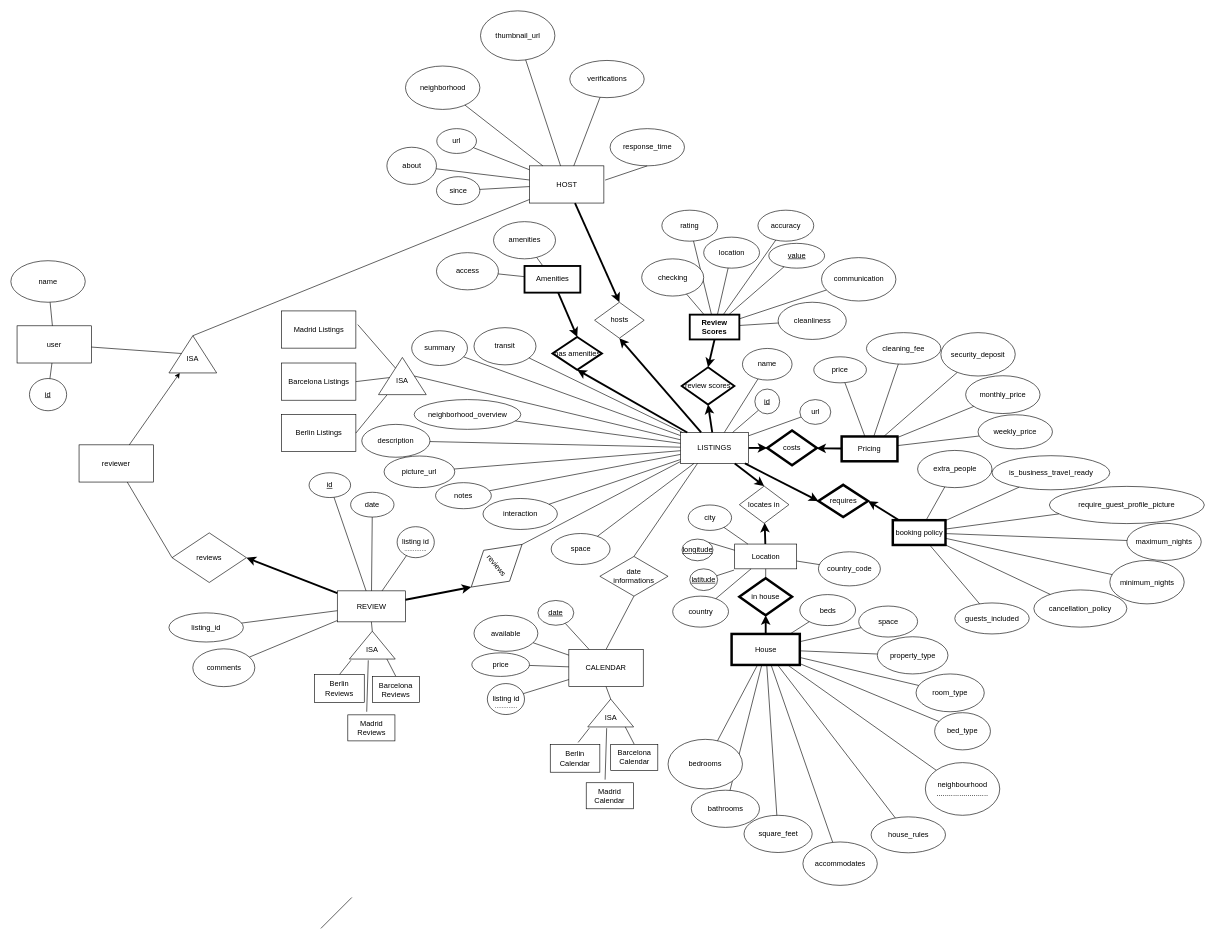
Before: dbDiagram.drawio in Valentyna-Pavliv/database, a draw.io diagram. Source tidied: cells renumbered, new cells numbered last; positions are measured from the earlier drawing's top-left corner, leaving out a move shared by most shapes. Both pictures are drawn from the tidied source at 62%, with x=0, y=0 at pixel (11, 11).
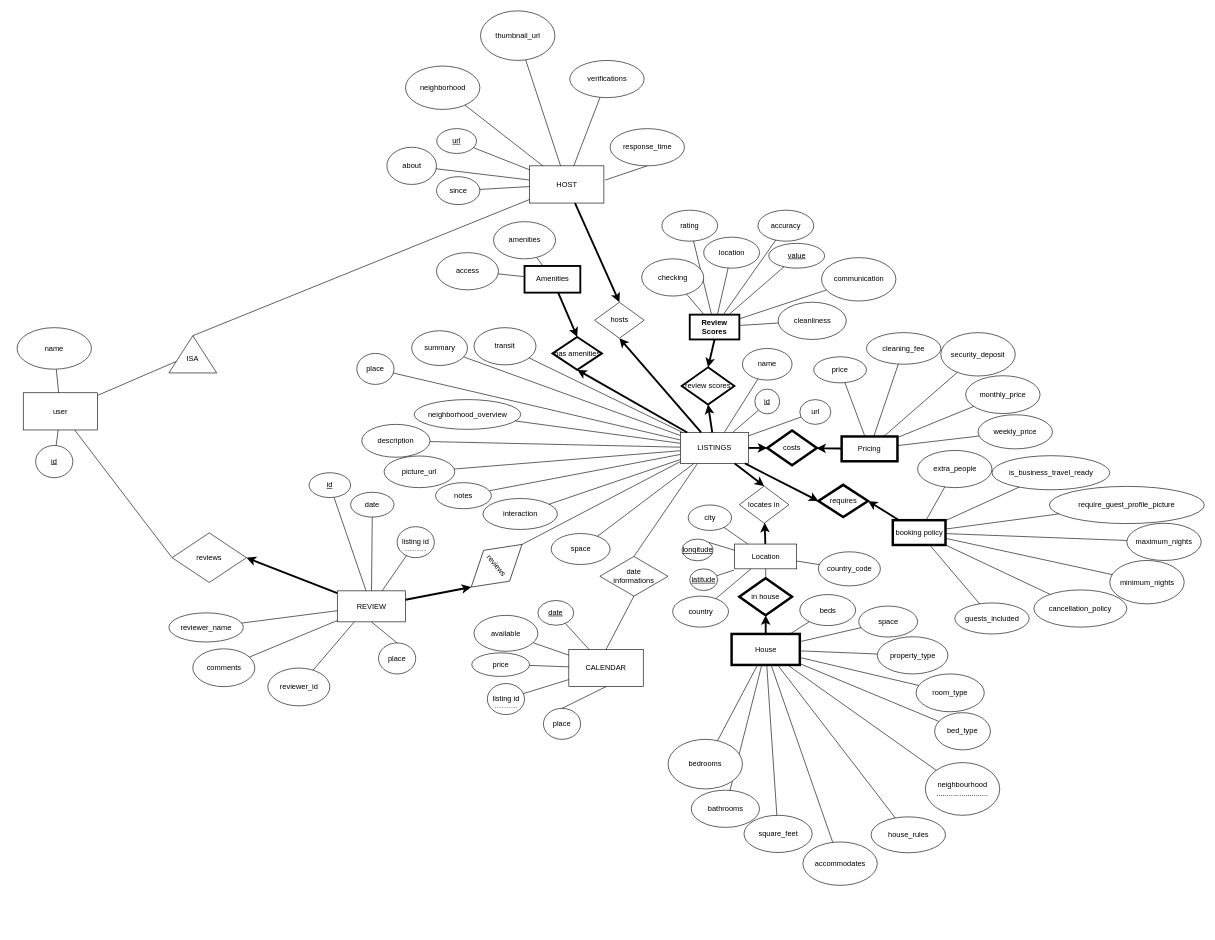
After the change.

The change refers to these unchanged cells:
```xml
<mxCell id="2" value="&lt;div&gt;LISTINGS&lt;/div&gt;" style="rounded=0;whiteSpace=wrap;html=1;" parent="1" vertex="1">
  <mxGeometry x="1080" y="680" width="110" height="50" as="geometry" />
</mxCell>
<mxCell id="32" value="REVIEW" style="rounded=0;whiteSpace=wrap;html=1;" parent="1" vertex="1">
  <mxGeometry x="526.5" y="935.5" width="110" height="50" as="geometry" />
</mxCell>
<mxCell id="47" value="CALENDAR" style="rounded=0;whiteSpace=wrap;html=1;strokeWidth=1;" parent="1" vertex="1">
  <mxGeometry x="900" y="1030" width="120" height="60" as="geometry" />
</mxCell>
<mxCell id="192" value="&lt;div&gt;&lt;br&gt;&lt;/div&gt;&lt;div&gt;ISA&lt;/div&gt;" style="triangle;whiteSpace=wrap;html=1;direction=north;" parent="1" vertex="1">
  <mxGeometry x="255" y="524" width="77" height="60" as="geometry" />
</mxCell>
<mxCell id="201" value="reviews" style="rhombus;whiteSpace=wrap;html=1;strokeWidth=1;" parent="1" vertex="1">
  <mxGeometry x="260" y="842" width="120" height="80" as="geometry" />
</mxCell>
```

The edit, as a diff of the source:
```diff
@@
-    <mxCell id="23" value="Berlin Listings" style="rounded=0;whiteSpace=wrap;html=1;" parent="1" vertex="1">
-      <mxGeometry x="436.5" y="651" width="120" height="60" as="geometry" />
-    </mxCell>
-    <mxCell id="24" value="&lt;div&gt;Barcelona Listings&lt;/div&gt;" style="rounded=0;whiteSpace=wrap;html=1;" parent="1" vertex="1">
-      <mxGeometry x="436.5" y="568" width="120" height="60" as="geometry" />
-    </mxCell>
-    <mxCell id="25" value="&lt;div&gt;Madrid Listings&lt;/div&gt;" style="rounded=0;whiteSpace=wrap;html=1;" parent="1" vertex="1">
-      <mxGeometry x="436.5" y="484" width="120" height="60" as="geometry" />
-    </mxCell>
-    <mxCell id="26" style="endArrow=none;html=1;exitX=1;exitY=0.5;exitDx=0;exitDy=0;" parent="1" edge="1" source="23" target="27">
-      <mxGeometry relative="1" as="geometry" />
-    </mxCell>
-    <mxCell id="27" value="&lt;div&gt;&lt;br&gt;&lt;/div&gt;&lt;div&gt;ISA&lt;/div&gt;" style="triangle;whiteSpace=wrap;html=1;direction=north;" parent="1" vertex="1">
-      <mxGeometry x="593" y="559" width="77" height="60" as="geometry" />
-    </mxCell>
-    <mxCell id="28" style="endArrow=none;html=1;entryX=1;entryY=0.5;entryDx=0;entryDy=0;" parent="1" edge="1" source="27" target="24">
-      <mxGeometry relative="1" as="geometry" />
-    </mxCell>
-    <mxCell id="29" style="endArrow=none;html=1;entryX=1.025;entryY=0.367;entryDx=0;entryDy=0;entryPerimeter=0;" parent="1" edge="1" source="27" target="25">
-      <mxGeometry relative="1" as="geometry" />
-    </mxCell>
-    <mxCell id="30" style="endArrow=none;html=1;exitX=0.5;exitY=1;exitDx=0;exitDy=0;" parent="1" edge="1" source="27" target="2">
+    <mxCell id="30" style="endArrow=none;html=1;" parent="1" edge="1" source="207" target="2">
       <mxGeometry relative="1" as="geometry" />
     </mxCell>
@@
-    <mxCell id="36" value="&lt;div&gt;&lt;br&gt;&lt;/div&gt;&lt;div&gt;ISA&lt;/div&gt;" style="triangle;whiteSpace=wrap;html=1;direction=north;" parent="1" vertex="1">
-      <mxGeometry x="546" y="1000.5" width="74" height="45" as="geometry" />
-    </mxCell>
-    <mxCell id="37" style="endArrow=none;html=1;strokeWidth=1;jumpSize=1;exitX=1;exitY=0.5;exitDx=0;exitDy=0;entryX=0.5;entryY=1;entryDx=0;entryDy=0;" parent="1" edge="1" source="36" target="32">
+    <mxCell id="37" style="endArrow=none;html=1;strokeWidth=1;jumpSize=1;exitX=0.5;exitY=1;exitDx=0;exitDy=0;entryX=0.5;entryY=1;entryDx=0;entryDy=0;" parent="1" edge="1" source="206" target="32">
       <mxGeometry relative="1" as="geometry" />
     </mxCell>
-    <mxCell id="38" style="endArrow=none;html=1;strokeWidth=1;entryX=-0.044;entryY=0.034;entryDx=0;entryDy=0;entryPerimeter=0;exitX=0.5;exitY=0;exitDx=0;exitDy=0;" parent="1" edge="1" source="40" target="36">
-      <mxGeometry relative="1" as="geometry" />
-    </mxCell>
-    <mxCell id="39" style="endArrow=none;html=1;strokeWidth=1;entryX=-0.044;entryY=0.034;entryDx=0;entryDy=0;entryPerimeter=0;exitX=0.5;exitY=0;exitDx=0;exitDy=0;" parent="1" edge="1" source="41">
-      <mxGeometry relative="1" as="geometry">
-        <mxPoint x="606.5" y="1045.5" as="targetPoint" />
-      </mxGeometry>
-    </mxCell>
-    <mxCell id="40" value="&lt;div&gt;Berlin&lt;/div&gt;&lt;div&gt;Reviews&lt;br&gt;&lt;/div&gt;" style="rounded=0;whiteSpace=wrap;html=1;" parent="1" vertex="1">
-      <mxGeometry x="490" y="1070.5" width="80" height="45" as="geometry" />
-    </mxCell>
-    <mxCell id="41" value="&lt;div&gt;Barcelona&lt;/div&gt;&lt;div&gt;Reviews&lt;br&gt;&lt;/div&gt;" style="rounded=0;whiteSpace=wrap;html=1;" parent="1" vertex="1">
-      <mxGeometry x="583" y="1073.5" width="76" height="42" as="geometry" />
-    </mxCell>
-    <mxCell id="42" value="&lt;div&gt;Madrid &lt;br&gt;&lt;/div&gt;&lt;div&gt;Reviews&lt;br&gt;&lt;/div&gt;" style="rounded=0;whiteSpace=wrap;html=1;" parent="1" vertex="1">
-      <mxGeometry x="543.5" y="1135.5" width="76" height="42" as="geometry" />
-    </mxCell>
-    <mxCell id="43" style="endArrow=none;html=1;strokeWidth=1;entryX=-0.044;entryY=0.412;entryDx=0;entryDy=0;entryPerimeter=0;exitX=0.401;exitY=-0.119;exitDx=0;exitDy=0;exitPerimeter=0;" parent="1" edge="1" source="42" target="36">
-      <mxGeometry relative="1" as="geometry" />
-    </mxCell>
@@
-    <mxCell id="52" value="&lt;div&gt;&lt;br&gt;&lt;/div&gt;&lt;div&gt;ISA&lt;/div&gt;" style="triangle;whiteSpace=wrap;html=1;direction=north;" parent="1" vertex="1">
-      <mxGeometry x="930.5" y="1110" width="74" height="45" as="geometry" />
-    </mxCell>
-    <mxCell id="53" style="endArrow=none;html=1;strokeWidth=1;entryX=-0.044;entryY=0.034;entryDx=0;entryDy=0;entryPerimeter=0;exitX=0.5;exitY=0;exitDx=0;exitDy=0;" parent="1" edge="1" target="52">
-      <mxGeometry relative="1" as="geometry">
-        <mxPoint x="915" y="1180" as="sourcePoint" />
-      </mxGeometry>
-    </mxCell>
-    <mxCell id="54" style="endArrow=none;html=1;strokeWidth=1;entryX=-0.044;entryY=0.034;entryDx=0;entryDy=0;entryPerimeter=0;exitX=0.5;exitY=0;exitDx=0;exitDy=0;" parent="1" edge="1" source="55">
-      <mxGeometry relative="1" as="geometry">
-        <mxPoint x="991" y="1155" as="targetPoint" />
-      </mxGeometry>
-    </mxCell>
-    <mxCell id="55" value="&lt;div&gt;Barcelona&lt;/div&gt;&lt;div&gt;Calendar&lt;/div&gt;" style="rounded=0;whiteSpace=wrap;html=1;" parent="1" vertex="1">
-      <mxGeometry x="967.5" y="1183" width="76" height="42" as="geometry" />
-    </mxCell>
-    <mxCell id="56" value="&lt;div&gt;Madrid &lt;br&gt;&lt;/div&gt;&lt;div&gt;Calendar&lt;/div&gt;" style="rounded=0;whiteSpace=wrap;html=1;" parent="1" vertex="1">
-      <mxGeometry x="928" y="1245" width="76" height="42" as="geometry" />
-    </mxCell>
-    <mxCell id="57" style="endArrow=none;html=1;strokeWidth=1;entryX=-0.044;entryY=0.412;entryDx=0;entryDy=0;entryPerimeter=0;exitX=0.401;exitY=-0.119;exitDx=0;exitDy=0;exitPerimeter=0;" parent="1" edge="1" source="56" target="52">
-      <mxGeometry relative="1" as="geometry" />
-    </mxCell>
-    <mxCell id="58" style="endArrow=none;html=1;strokeWidth=1;entryX=0.5;entryY=1;entryDx=0;entryDy=0;exitX=1;exitY=0.5;exitDx=0;exitDy=0;" parent="1" edge="1" source="52" target="47">
+    <mxCell id="58" style="endArrow=none;html=1;strokeWidth=1;entryX=0.5;entryY=1;entryDx=0;entryDy=0;exitX=0.5;exitY=1;exitDx=0;exitDy=0;" parent="1" edge="1" source="205" target="47">
       <mxGeometry relative="1" as="geometry" />
     </mxCell>
-    <mxCell id="59" value="&lt;div&gt;Berlin&lt;/div&gt;&lt;div&gt;Calendar&lt;br&gt;&lt;/div&gt;" style="rounded=0;whiteSpace=wrap;html=1;" parent="1" vertex="1">
-      <mxGeometry x="870" y="1183" width="80" height="45" as="geometry" />
-    </mxCell>
@@
-    <mxCell id="131" value="listing_id" style="ellipse;whiteSpace=wrap;html=1;strokeWidth=1;" parent="1" vertex="1">
+    <mxCell id="131" value="reviewer_name" style="ellipse;whiteSpace=wrap;html=1;strokeWidth=1;" parent="1" vertex="1">
       <mxGeometry x="255" y="971" width="120" height="47" as="geometry" />
     </mxCell>
@@
-    <mxCell id="144" value="url" style="ellipse;whiteSpace=wrap;html=1;" parent="1" vertex="1">
+    <mxCell id="144" value="&lt;u&gt;url&lt;/u&gt;" style="ellipse;whiteSpace=wrap;html=1;" parent="1" vertex="1">
       <mxGeometry x="687" y="190" width="64" height="40" as="geometry" />
     </mxCell>
@@
     <mxCell id="191" value="user" style="rounded=0;whiteSpace=wrap;html=1;strokeWidth=1;" parent="1" vertex="1">
-      <mxGeometry x="10" y="508" width="120" height="60" as="geometry" />
+      <mxGeometry x="20" y="616" width="120" height="60" as="geometry" />
     </mxCell>
@@
     <mxCell id="195" value="name" style="ellipse;whiteSpace=wrap;html=1;strokeWidth=1;" parent="1" vertex="1">
-      <mxGeometry y="403" width="120" height="67" as="geometry" />
+      <mxGeometry x="10" y="511" width="120" height="67" as="geometry" />
     </mxCell>
@@
     <mxCell id="197" value="&lt;u&gt;id&lt;/u&gt;" style="ellipse;whiteSpace=wrap;html=1;strokeWidth=1;" parent="1" vertex="1">
-      <mxGeometry x="30" y="593" width="60" height="52" as="geometry" />
+      <mxGeometry x="40" y="701" width="60" height="52" as="geometry" />
     </mxCell>
@@
-    <mxCell id="199" value="reviewer" style="rounded=0;whiteSpace=wrap;html=1;strokeWidth=1;" parent="1" vertex="1">
-      <mxGeometry x="110" y="700" width="120" height="60" as="geometry" />
-    </mxCell>
-    <mxCell id="200" style="endArrow=classic;html=1;strokeWidth=1;" parent="1" edge="1" source="199" target="192">
-      <mxGeometry relative="1" as="geometry" />
-    </mxCell>
@@
-    <mxCell id="202" style="endArrow=none;html=1;strokeWidth=1;exitX=0;exitY=0.5;exitDx=0;exitDy=0;" parent="1" edge="1" source="201" target="199">
+    <mxCell id="202" style="endArrow=none;html=1;strokeWidth=1;exitX=0;exitY=0.5;exitDx=0;exitDy=0;" parent="1" edge="1" source="201" target="191">
       <mxGeometry relative="1" as="geometry" />
     </mxCell>
@@
-    <mxCell id="204" style="endArrow=none;html=1;" parent="1" edge="1">
-      <mxGeometry relative="1" as="geometry">
-        <mxPoint x="500" y="1480" as="sourcePoint" />
-        <mxPoint x="550" y="1430" as="targetPoint" />
-      </mxGeometry>
-    </mxCell>
+    <mxCell id="205" value="&lt;div&gt;place&lt;/div&gt;" style="ellipse;whiteSpace=wrap;html=1;direction=west;" parent="1" vertex="1">
+      <mxGeometry x="859" y="1125" width="60" height="50" as="geometry" />
+    </mxCell>
+    <mxCell id="206" value="&lt;div&gt;place&lt;/div&gt;" style="ellipse;whiteSpace=wrap;html=1;direction=west;" parent="1" vertex="1">
+      <mxGeometry x="593" y="1019.5" width="60" height="50" as="geometry" />
+    </mxCell>
+    <mxCell id="207" value="&lt;div&gt;place&lt;/div&gt;" style="ellipse;whiteSpace=wrap;html=1;direction=west;" parent="1" vertex="1">
+      <mxGeometry x="558" y="552.5" width="60" height="50" as="geometry" />
+    </mxCell>
+    <mxCell id="208" value="reviewer_id&lt;br&gt;" style="ellipse;whiteSpace=wrap;html=1;strokeWidth=1;" parent="1" vertex="1">
+      <mxGeometry x="414.5" y="1060" width="100" height="61" as="geometry" />
+    </mxCell>
+    <mxCell id="209" style="endArrow=none;html=1;strokeWidth=1;exitX=0.25;exitY=1;exitDx=0;exitDy=0;" parent="1" edge="1" source="32" target="208">
+      <mxGeometry relative="1" as="geometry" />
+    </mxCell>
```
